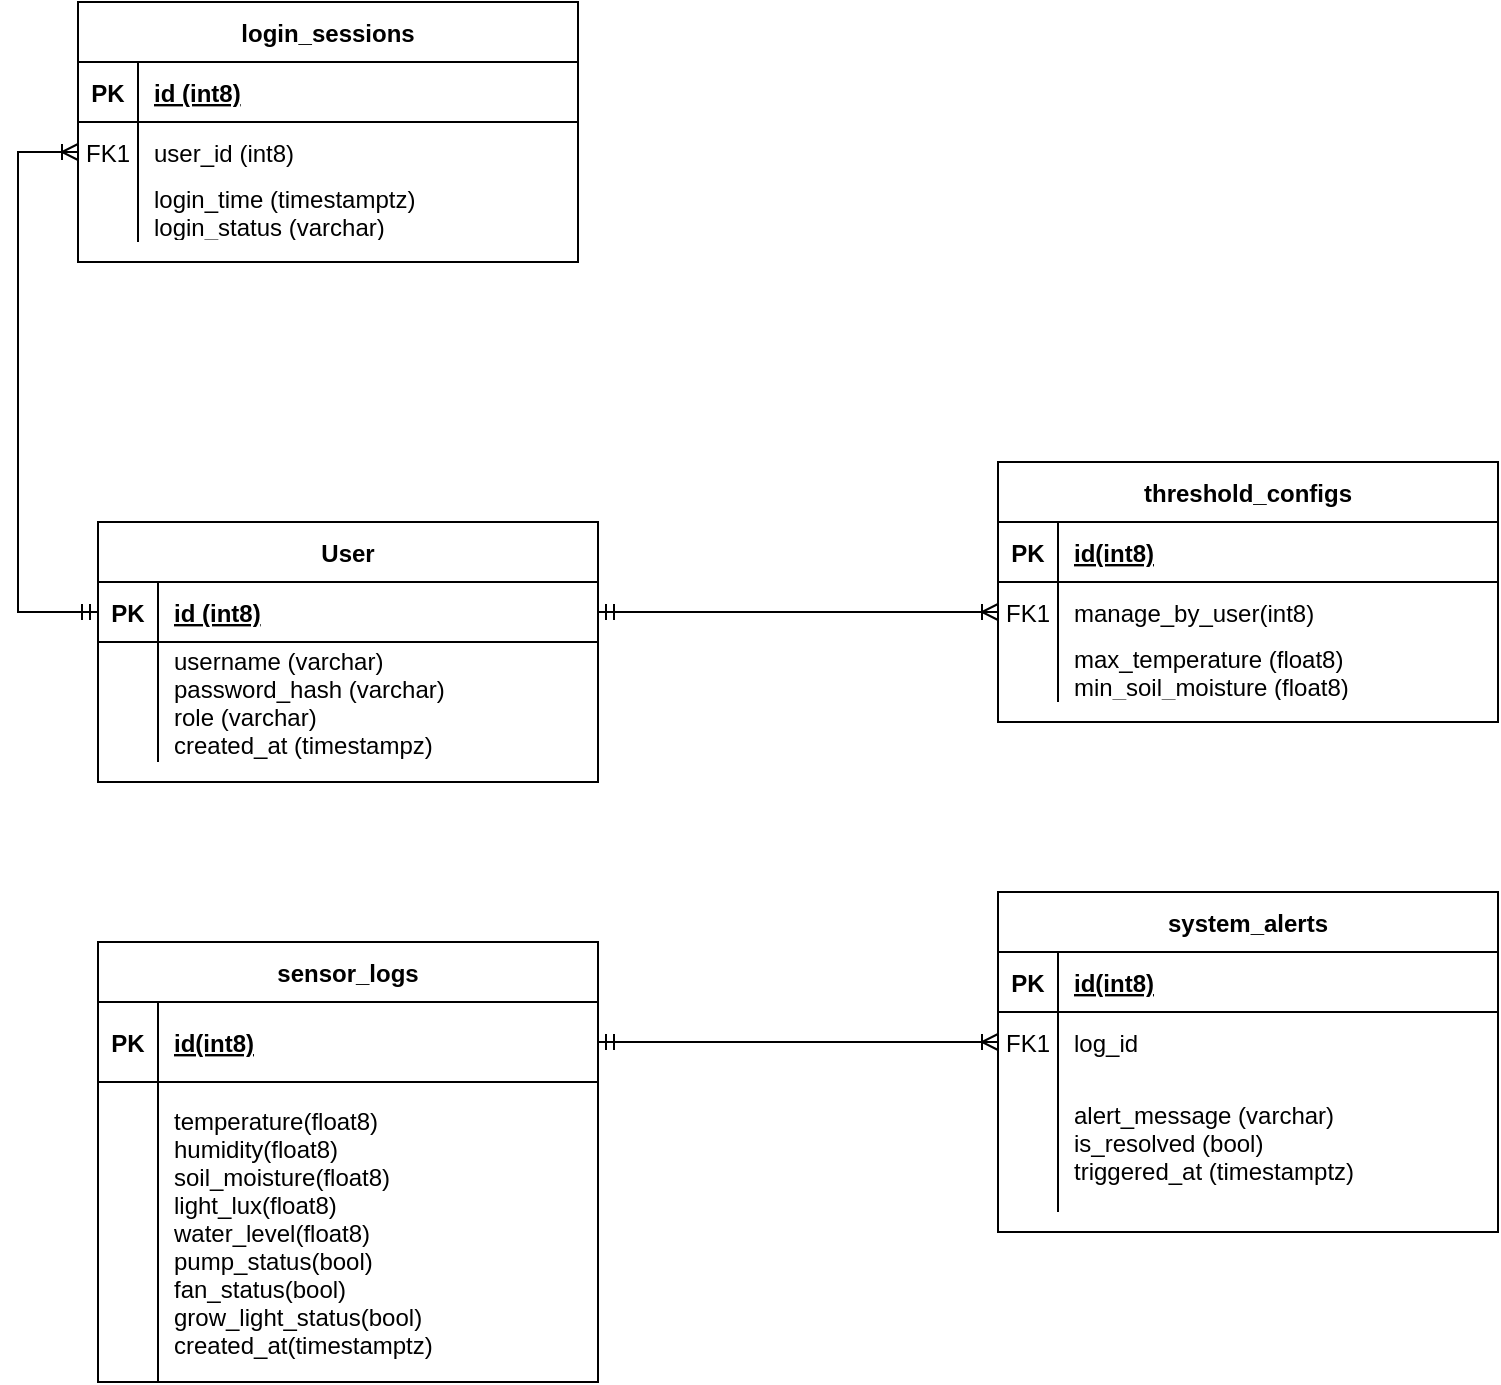
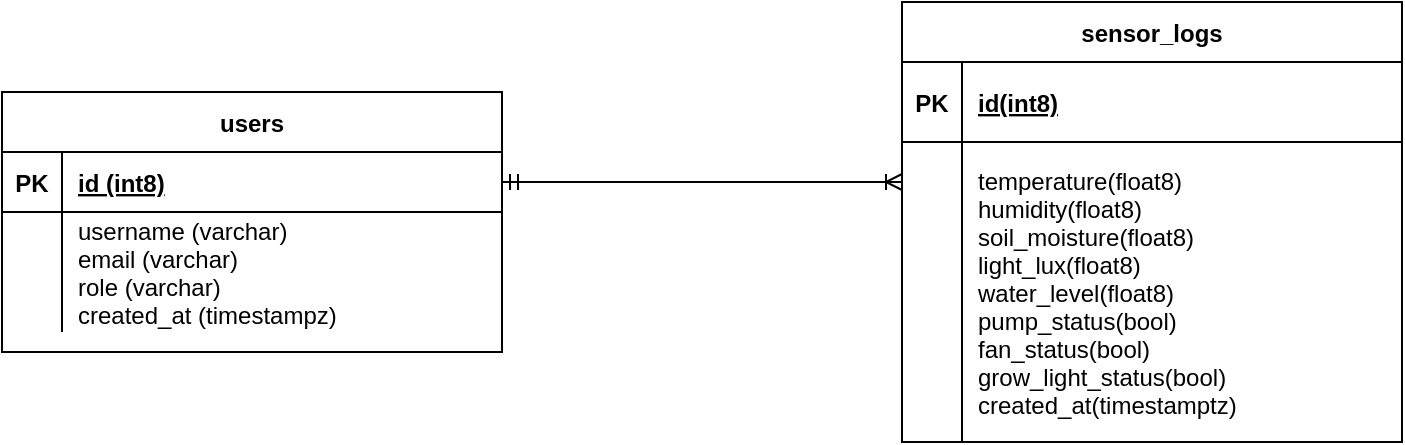
<mxfile host="app.diagrams.net" agent="5.0 (Macintosh; Intel Mac OS X 10_14_6) AppleWebKit/537.36 (KHTML, like Gecko) Chrome/83.0.4103.116 Safari/537.36">
  <diagram id="R2lEEEUBdFMjLlhIrx00" name="Page-1">
    <mxGraphModel dx="1414" dy="823" grid="1" gridSize="10" guides="1" tooltips="1" connect="1" arrows="1" fold="1" page="1" pageScale="1" pageWidth="850" pageHeight="1100" math="0" shadow="0" extFonts="Permanent Marker^https://fonts.googleapis.com/css?family=Permanent+Marker">
      <root>
        <mxCell id="0" />
        <mxCell id="1" parent="0" />
-         <mxCell id="C-vyLk0tnHw3VtMMgP7b-2" parent="1" style="shape=table;startSize=30;container=1;collapsible=1;childLayout=tableLayout;fixedRows=1;rowLines=0;fontStyle=1;align=center;resizeLast=1;" value="User" vertex="1">
+         <mxCell id="C-vyLk0tnHw3VtMMgP7b-2" parent="1" style="shape=table;startSize=30;container=1;collapsible=1;childLayout=tableLayout;fixedRows=1;rowLines=0;fontStyle=1;align=center;resizeLast=1;" value="users" vertex="1">
          <mxGeometry height="130" width="250" x="100" y="280" as="geometry" />
        </mxCell>
        <mxCell id="C-vyLk0tnHw3VtMMgP7b-3" parent="C-vyLk0tnHw3VtMMgP7b-2" style="shape=partialRectangle;collapsible=0;dropTarget=0;pointerEvents=0;fillColor=none;points=[[0,0.5],[1,0.5]];portConstraint=eastwest;top=0;left=0;right=0;bottom=1;" value="" vertex="1">
          <mxGeometry height="30" width="250" y="30" as="geometry" />
        </mxCell>
        <mxCell id="C-vyLk0tnHw3VtMMgP7b-4" parent="C-vyLk0tnHw3VtMMgP7b-3" style="shape=partialRectangle;overflow=hidden;connectable=0;fillColor=none;top=0;left=0;bottom=0;right=0;fontStyle=1;" value="PK" vertex="1">
          <mxGeometry height="30" width="30" as="geometry">
            <mxRectangle height="30" width="30" as="alternateBounds" />
          </mxGeometry>
        </mxCell>
        <mxCell id="C-vyLk0tnHw3VtMMgP7b-5" parent="C-vyLk0tnHw3VtMMgP7b-3" style="shape=partialRectangle;overflow=hidden;connectable=0;fillColor=none;top=0;left=0;bottom=0;right=0;align=left;spacingLeft=6;fontStyle=5;" value="id (int8)" vertex="1">
          <mxGeometry height="30" width="220" x="30" as="geometry">
            <mxRectangle height="30" width="220" as="alternateBounds" />
          </mxGeometry>
        </mxCell>
        <mxCell id="C-vyLk0tnHw3VtMMgP7b-9" parent="C-vyLk0tnHw3VtMMgP7b-2" style="shape=partialRectangle;collapsible=0;dropTarget=0;pointerEvents=0;fillColor=none;points=[[0,0.5],[1,0.5]];portConstraint=eastwest;top=0;left=0;right=0;bottom=0;" value="" vertex="1">
          <mxGeometry height="60" width="250" y="60" as="geometry" />
        </mxCell>
        <mxCell id="C-vyLk0tnHw3VtMMgP7b-10" parent="C-vyLk0tnHw3VtMMgP7b-9" style="shape=partialRectangle;overflow=hidden;connectable=0;fillColor=none;top=0;left=0;bottom=0;right=0;" value="" vertex="1">
          <mxGeometry height="60" width="30" as="geometry">
            <mxRectangle height="60" width="30" as="alternateBounds" />
          </mxGeometry>
        </mxCell>
-         <mxCell id="C-vyLk0tnHw3VtMMgP7b-11" parent="C-vyLk0tnHw3VtMMgP7b-9" style="shape=partialRectangle;overflow=hidden;connectable=0;fillColor=none;top=0;left=0;bottom=0;right=0;align=left;spacingLeft=6;" value="username (varchar)&#xa;password_hash (varchar)&#xa;role (varchar)&#xa;created_at (timestampz)" vertex="1">
+         <mxCell id="C-vyLk0tnHw3VtMMgP7b-11" parent="C-vyLk0tnHw3VtMMgP7b-9" style="shape=partialRectangle;overflow=hidden;connectable=0;fillColor=none;top=0;left=0;bottom=0;right=0;align=left;spacingLeft=6;" value="username (varchar)&#xa;email (varchar)&#xa;role (varchar)&#xa;created_at (timestampz)" vertex="1">
          <mxGeometry height="60" width="220" x="30" as="geometry">
            <mxRectangle height="60" width="220" as="alternateBounds" />
          </mxGeometry>
        </mxCell>
-         <mxCell id="C-vyLk0tnHw3VtMMgP7b-13" parent="1" style="shape=table;startSize=30;container=1;collapsible=1;childLayout=tableLayout;fixedRows=1;rowLines=0;fontStyle=1;align=center;resizeLast=1;" value="login_sessions" vertex="1">
-           <mxGeometry height="130" width="250" x="90" y="20" as="geometry" />
-         </mxCell>
-         <mxCell id="C-vyLk0tnHw3VtMMgP7b-14" parent="C-vyLk0tnHw3VtMMgP7b-13" style="shape=partialRectangle;collapsible=0;dropTarget=0;pointerEvents=0;fillColor=none;points=[[0,0.5],[1,0.5]];portConstraint=eastwest;top=0;left=0;right=0;bottom=1;" value="" vertex="1">
-           <mxGeometry height="30" width="250" y="30" as="geometry" />
-         </mxCell>
-         <mxCell id="C-vyLk0tnHw3VtMMgP7b-15" parent="C-vyLk0tnHw3VtMMgP7b-14" style="shape=partialRectangle;overflow=hidden;connectable=0;fillColor=none;top=0;left=0;bottom=0;right=0;fontStyle=1;" value="PK" vertex="1">
-           <mxGeometry height="30" width="30" as="geometry">
-             <mxRectangle height="30" width="30" as="alternateBounds" />
-           </mxGeometry>
-         </mxCell>
-         <mxCell id="C-vyLk0tnHw3VtMMgP7b-16" parent="C-vyLk0tnHw3VtMMgP7b-14" style="shape=partialRectangle;overflow=hidden;connectable=0;fillColor=none;top=0;left=0;bottom=0;right=0;align=left;spacingLeft=6;fontStyle=5;" value="id (int8)" vertex="1">
-           <mxGeometry height="30" width="220" x="30" as="geometry">
-             <mxRectangle height="30" width="220" as="alternateBounds" />
-           </mxGeometry>
-         </mxCell>
-         <mxCell id="C-vyLk0tnHw3VtMMgP7b-17" parent="C-vyLk0tnHw3VtMMgP7b-13" style="shape=partialRectangle;collapsible=0;dropTarget=0;pointerEvents=0;fillColor=none;points=[[0,0.5],[1,0.5]];portConstraint=eastwest;top=0;left=0;right=0;bottom=0;" value="" vertex="1">
-           <mxGeometry height="30" width="250" y="60" as="geometry" />
-         </mxCell>
-         <mxCell id="C-vyLk0tnHw3VtMMgP7b-18" parent="C-vyLk0tnHw3VtMMgP7b-17" style="shape=partialRectangle;overflow=hidden;connectable=0;fillColor=none;top=0;left=0;bottom=0;right=0;" value="FK1" vertex="1">
-           <mxGeometry height="30" width="30" as="geometry">
-             <mxRectangle height="30" width="30" as="alternateBounds" />
-           </mxGeometry>
-         </mxCell>
-         <mxCell id="C-vyLk0tnHw3VtMMgP7b-19" parent="C-vyLk0tnHw3VtMMgP7b-17" style="shape=partialRectangle;overflow=hidden;connectable=0;fillColor=none;top=0;left=0;bottom=0;right=0;align=left;spacingLeft=6;" value="user_id (int8)" vertex="1">
-           <mxGeometry height="30" width="220" x="30" as="geometry">
-             <mxRectangle height="30" width="220" as="alternateBounds" />
-           </mxGeometry>
-         </mxCell>
-         <mxCell id="C-vyLk0tnHw3VtMMgP7b-20" parent="C-vyLk0tnHw3VtMMgP7b-13" style="shape=partialRectangle;collapsible=0;dropTarget=0;pointerEvents=0;fillColor=none;points=[[0,0.5],[1,0.5]];portConstraint=eastwest;top=0;left=0;right=0;bottom=0;" value="" vertex="1">
-           <mxGeometry height="30" width="250" y="90" as="geometry" />
-         </mxCell>
-         <mxCell id="C-vyLk0tnHw3VtMMgP7b-21" parent="C-vyLk0tnHw3VtMMgP7b-20" style="shape=partialRectangle;overflow=hidden;connectable=0;fillColor=none;top=0;left=0;bottom=0;right=0;" value="" vertex="1">
-           <mxGeometry height="30" width="30" as="geometry">
-             <mxRectangle height="30" width="30" as="alternateBounds" />
-           </mxGeometry>
-         </mxCell>
-         <mxCell id="C-vyLk0tnHw3VtMMgP7b-22" parent="C-vyLk0tnHw3VtMMgP7b-20" style="shape=partialRectangle;overflow=hidden;connectable=0;fillColor=none;top=0;left=0;bottom=0;right=0;align=left;spacingLeft=6;" value="login_time (timestamptz)&#xa;login_status (varchar)" vertex="1">
-           <mxGeometry height="30" width="220" x="30" as="geometry">
-             <mxRectangle height="30" width="220" as="alternateBounds" />
-           </mxGeometry>
-         </mxCell>
        <mxCell id="C-vyLk0tnHw3VtMMgP7b-23" parent="1" style="shape=table;startSize=30;container=1;collapsible=1;childLayout=tableLayout;fixedRows=1;rowLines=0;fontStyle=1;align=center;resizeLast=1;" value="sensor_logs" vertex="1">
-           <mxGeometry height="220" width="250" x="100" y="490" as="geometry" />
+           <mxGeometry height="220" width="250" x="550" y="235" as="geometry" />
        </mxCell>
        <mxCell id="C-vyLk0tnHw3VtMMgP7b-24" parent="C-vyLk0tnHw3VtMMgP7b-23" style="shape=partialRectangle;collapsible=0;dropTarget=0;pointerEvents=0;fillColor=none;points=[[0,0.5],[1,0.5]];portConstraint=eastwest;top=0;left=0;right=0;bottom=1;" value="" vertex="1">
          <mxGeometry height="40" width="250" y="30" as="geometry" />
        </mxCell>
        <mxCell id="C-vyLk0tnHw3VtMMgP7b-25" parent="C-vyLk0tnHw3VtMMgP7b-24" style="shape=partialRectangle;overflow=hidden;connectable=0;fillColor=none;top=0;left=0;bottom=0;right=0;fontStyle=1;" value="PK" vertex="1">
          <mxGeometry height="40" width="30" as="geometry">
            <mxRectangle height="40" width="30" as="alternateBounds" />
          </mxGeometry>
        </mxCell>
        <mxCell id="C-vyLk0tnHw3VtMMgP7b-26" parent="C-vyLk0tnHw3VtMMgP7b-24" style="shape=partialRectangle;overflow=hidden;connectable=0;fillColor=none;top=0;left=0;bottom=0;right=0;align=left;spacingLeft=6;fontStyle=5;" value="id(int8)" vertex="1">
          <mxGeometry height="40" width="220" x="30" as="geometry">
            <mxRectangle height="40" width="220" as="alternateBounds" />
          </mxGeometry>
        </mxCell>
        <mxCell id="C-vyLk0tnHw3VtMMgP7b-27" parent="C-vyLk0tnHw3VtMMgP7b-23" style="shape=partialRectangle;collapsible=0;dropTarget=0;pointerEvents=0;fillColor=none;points=[[0,0.5],[1,0.5]];portConstraint=eastwest;top=0;left=0;right=0;bottom=0;" value="" vertex="1">
          <mxGeometry height="150" width="250" y="70" as="geometry" />
        </mxCell>
        <mxCell id="C-vyLk0tnHw3VtMMgP7b-28" parent="C-vyLk0tnHw3VtMMgP7b-27" style="shape=partialRectangle;overflow=hidden;connectable=0;fillColor=none;top=0;left=0;bottom=0;right=0;" value="" vertex="1">
          <mxGeometry height="150" width="30" as="geometry">
            <mxRectangle height="150" width="30" as="alternateBounds" />
          </mxGeometry>
        </mxCell>
        <mxCell id="C-vyLk0tnHw3VtMMgP7b-29" parent="C-vyLk0tnHw3VtMMgP7b-27" style="shape=partialRectangle;overflow=hidden;connectable=0;fillColor=none;top=0;left=0;bottom=0;right=0;align=left;spacingLeft=6;" value="temperature(float8)&#xa;humidity(float8)&#xa;soil_moisture(float8)&#xa;light_lux(float8)&#xa;water_level(float8)&#xa;pump_status(bool)&#xa;fan_status(bool)&#xa;grow_light_status(bool)&#xa;created_at(timestamptz)" vertex="1">
          <mxGeometry height="150" width="220" x="30" as="geometry">
            <mxRectangle height="150" width="220" as="alternateBounds" />
          </mxGeometry>
        </mxCell>
-         <mxCell id="UF5OKmjakEIealKuaFFB-1" parent="1" style="shape=table;startSize=30;container=1;collapsible=1;childLayout=tableLayout;fixedRows=1;rowLines=0;fontStyle=1;align=center;resizeLast=1;" value="threshold_configs" vertex="1">
-           <mxGeometry height="130" width="250" x="550" y="250" as="geometry" />
-         </mxCell>
-         <mxCell id="UF5OKmjakEIealKuaFFB-2" parent="UF5OKmjakEIealKuaFFB-1" style="shape=partialRectangle;collapsible=0;dropTarget=0;pointerEvents=0;fillColor=none;points=[[0,0.5],[1,0.5]];portConstraint=eastwest;top=0;left=0;right=0;bottom=1;" value="" vertex="1">
-           <mxGeometry height="30" width="250" y="30" as="geometry" />
-         </mxCell>
-         <mxCell id="UF5OKmjakEIealKuaFFB-3" parent="UF5OKmjakEIealKuaFFB-2" style="shape=partialRectangle;overflow=hidden;connectable=0;fillColor=none;top=0;left=0;bottom=0;right=0;fontStyle=1;" value="PK" vertex="1">
-           <mxGeometry height="30" width="30" as="geometry">
-             <mxRectangle height="30" width="30" as="alternateBounds" />
-           </mxGeometry>
-         </mxCell>
-         <mxCell id="UF5OKmjakEIealKuaFFB-4" parent="UF5OKmjakEIealKuaFFB-2" style="shape=partialRectangle;overflow=hidden;connectable=0;fillColor=none;top=0;left=0;bottom=0;right=0;align=left;spacingLeft=6;fontStyle=5;" value="id(int8)" vertex="1">
-           <mxGeometry height="30" width="220" x="30" as="geometry">
-             <mxRectangle height="30" width="220" as="alternateBounds" />
-           </mxGeometry>
-         </mxCell>
-         <mxCell id="UF5OKmjakEIealKuaFFB-5" parent="UF5OKmjakEIealKuaFFB-1" style="shape=partialRectangle;collapsible=0;dropTarget=0;pointerEvents=0;fillColor=none;points=[[0,0.5],[1,0.5]];portConstraint=eastwest;top=0;left=0;right=0;bottom=0;" value="" vertex="1">
-           <mxGeometry height="30" width="250" y="60" as="geometry" />
-         </mxCell>
-         <mxCell id="UF5OKmjakEIealKuaFFB-6" parent="UF5OKmjakEIealKuaFFB-5" style="shape=partialRectangle;overflow=hidden;connectable=0;fillColor=none;top=0;left=0;bottom=0;right=0;" value="FK1" vertex="1">
-           <mxGeometry height="30" width="30" as="geometry">
-             <mxRectangle height="30" width="30" as="alternateBounds" />
-           </mxGeometry>
-         </mxCell>
-         <mxCell id="UF5OKmjakEIealKuaFFB-7" parent="UF5OKmjakEIealKuaFFB-5" style="shape=partialRectangle;overflow=hidden;connectable=0;fillColor=none;top=0;left=0;bottom=0;right=0;align=left;spacingLeft=6;" value="manage_by_user(int8)" vertex="1">
-           <mxGeometry height="30" width="220" x="30" as="geometry">
-             <mxRectangle height="30" width="220" as="alternateBounds" />
-           </mxGeometry>
-         </mxCell>
-         <mxCell id="UF5OKmjakEIealKuaFFB-8" parent="UF5OKmjakEIealKuaFFB-1" style="shape=partialRectangle;collapsible=0;dropTarget=0;pointerEvents=0;fillColor=none;points=[[0,0.5],[1,0.5]];portConstraint=eastwest;top=0;left=0;right=0;bottom=0;" value="" vertex="1">
-           <mxGeometry height="30" width="250" y="90" as="geometry" />
-         </mxCell>
-         <mxCell id="UF5OKmjakEIealKuaFFB-9" parent="UF5OKmjakEIealKuaFFB-8" style="shape=partialRectangle;overflow=hidden;connectable=0;fillColor=none;top=0;left=0;bottom=0;right=0;" value="" vertex="1">
-           <mxGeometry height="30" width="30" as="geometry">
-             <mxRectangle height="30" width="30" as="alternateBounds" />
-           </mxGeometry>
-         </mxCell>
-         <mxCell id="UF5OKmjakEIealKuaFFB-10" parent="UF5OKmjakEIealKuaFFB-8" style="shape=partialRectangle;overflow=hidden;connectable=0;fillColor=none;top=0;left=0;bottom=0;right=0;align=left;spacingLeft=6;" value="max_temperature (float8)&#xa;min_soil_moisture (float8)&#xa;min_light_lux (float8)" vertex="1">
-           <mxGeometry height="30" width="220" x="30" as="geometry">
-             <mxRectangle height="30" width="220" as="alternateBounds" />
-           </mxGeometry>
-         </mxCell>
-         <mxCell id="UF5OKmjakEIealKuaFFB-11" parent="1" style="shape=table;startSize=30;container=1;collapsible=1;childLayout=tableLayout;fixedRows=1;rowLines=0;fontStyle=1;align=center;resizeLast=1;" value="system_alerts" vertex="1">
-           <mxGeometry height="170" width="250" x="550" y="465" as="geometry" />
-         </mxCell>
-         <mxCell id="UF5OKmjakEIealKuaFFB-12" parent="UF5OKmjakEIealKuaFFB-11" style="shape=partialRectangle;collapsible=0;dropTarget=0;pointerEvents=0;fillColor=none;points=[[0,0.5],[1,0.5]];portConstraint=eastwest;top=0;left=0;right=0;bottom=1;" value="" vertex="1">
-           <mxGeometry height="30" width="250" y="30" as="geometry" />
-         </mxCell>
-         <mxCell id="UF5OKmjakEIealKuaFFB-13" parent="UF5OKmjakEIealKuaFFB-12" style="shape=partialRectangle;overflow=hidden;connectable=0;fillColor=none;top=0;left=0;bottom=0;right=0;fontStyle=1;" value="PK" vertex="1">
-           <mxGeometry height="30" width="30" as="geometry">
-             <mxRectangle height="30" width="30" as="alternateBounds" />
-           </mxGeometry>
-         </mxCell>
-         <mxCell id="UF5OKmjakEIealKuaFFB-14" parent="UF5OKmjakEIealKuaFFB-12" style="shape=partialRectangle;overflow=hidden;connectable=0;fillColor=none;top=0;left=0;bottom=0;right=0;align=left;spacingLeft=6;fontStyle=5;" value="id(int8)" vertex="1">
-           <mxGeometry height="30" width="220" x="30" as="geometry">
-             <mxRectangle height="30" width="220" as="alternateBounds" />
-           </mxGeometry>
-         </mxCell>
-         <mxCell id="UF5OKmjakEIealKuaFFB-15" parent="UF5OKmjakEIealKuaFFB-11" style="shape=partialRectangle;collapsible=0;dropTarget=0;pointerEvents=0;fillColor=none;points=[[0,0.5],[1,0.5]];portConstraint=eastwest;top=0;left=0;right=0;bottom=0;" value="" vertex="1">
-           <mxGeometry height="30" width="250" y="60" as="geometry" />
-         </mxCell>
-         <mxCell id="UF5OKmjakEIealKuaFFB-16" parent="UF5OKmjakEIealKuaFFB-15" style="shape=partialRectangle;overflow=hidden;connectable=0;fillColor=none;top=0;left=0;bottom=0;right=0;" value="FK1" vertex="1">
-           <mxGeometry height="30" width="30" as="geometry">
-             <mxRectangle height="30" width="30" as="alternateBounds" />
-           </mxGeometry>
-         </mxCell>
-         <mxCell id="UF5OKmjakEIealKuaFFB-17" parent="UF5OKmjakEIealKuaFFB-15" style="shape=partialRectangle;overflow=hidden;connectable=0;fillColor=none;top=0;left=0;bottom=0;right=0;align=left;spacingLeft=6;" value="log_id" vertex="1">
-           <mxGeometry height="30" width="220" x="30" as="geometry">
-             <mxRectangle height="30" width="220" as="alternateBounds" />
-           </mxGeometry>
-         </mxCell>
-         <mxCell id="UF5OKmjakEIealKuaFFB-18" parent="UF5OKmjakEIealKuaFFB-11" style="shape=partialRectangle;collapsible=0;dropTarget=0;pointerEvents=0;fillColor=none;points=[[0,0.5],[1,0.5]];portConstraint=eastwest;top=0;left=0;right=0;bottom=0;" value="" vertex="1">
-           <mxGeometry height="70" width="250" y="90" as="geometry" />
-         </mxCell>
-         <mxCell id="UF5OKmjakEIealKuaFFB-19" parent="UF5OKmjakEIealKuaFFB-18" style="shape=partialRectangle;overflow=hidden;connectable=0;fillColor=none;top=0;left=0;bottom=0;right=0;" value="" vertex="1">
-           <mxGeometry height="70" width="30" as="geometry">
-             <mxRectangle height="70" width="30" as="alternateBounds" />
-           </mxGeometry>
-         </mxCell>
-         <mxCell id="UF5OKmjakEIealKuaFFB-20" parent="UF5OKmjakEIealKuaFFB-18" style="shape=partialRectangle;overflow=hidden;connectable=0;fillColor=none;top=0;left=0;bottom=0;right=0;align=left;spacingLeft=6;" value="alert_message (varchar)&#xa;is_resolved (bool)&#xa;triggered_at (timestamptz)" vertex="1">
-           <mxGeometry height="70" width="220" x="30" as="geometry">
-             <mxRectangle height="70" width="220" as="alternateBounds" />
-           </mxGeometry>
-         </mxCell>
-         <mxCell id="UF5OKmjakEIealKuaFFB-22" edge="1" parent="1" source="C-vyLk0tnHw3VtMMgP7b-3" style="fontSize=12;html=1;endArrow=ERoneToMany;startArrow=ERmandOne;rounded=0;edgeStyle=orthogonalEdgeStyle;exitX=0;exitY=0.5;exitDx=0;exitDy=0;entryX=0;entryY=0.5;entryDx=0;entryDy=0;" target="C-vyLk0tnHw3VtMMgP7b-17" value="">
-           <mxGeometry height="100" relative="1" width="100" as="geometry">
-             <Array as="points">
-               <mxPoint x="60" y="325" />
-               <mxPoint x="60" y="95" />
-             </Array>
-             <mxPoint x="-50" y="300" as="sourcePoint" />
-             <mxPoint x="50" y="200" as="targetPoint" />
-           </mxGeometry>
-         </mxCell>
-         <mxCell id="UF5OKmjakEIealKuaFFB-25" edge="1" parent="1" source="C-vyLk0tnHw3VtMMgP7b-3" style="edgeStyle=orthogonalEdgeStyle;fontSize=12;html=1;endArrow=ERoneToMany;startArrow=ERmandOne;rounded=0;entryX=0;entryY=0.5;entryDx=0;entryDy=0;exitX=1;exitY=0.5;exitDx=0;exitDy=0;" target="UF5OKmjakEIealKuaFFB-5" value="">
+         <mxCell id="UF5OKmjakEIealKuaFFB-25" edge="1" parent="1" source="C-vyLk0tnHw3VtMMgP7b-3" style="edgeStyle=orthogonalEdgeStyle;fontSize=12;html=1;endArrow=ERoneToMany;startArrow=ERmandOne;rounded=0;entryX=0;entryY=0.5;entryDx=0;entryDy=0;exitX=1;exitY=0.5;exitDx=0;exitDy=0;" value="">
          <mxGeometry height="100" relative="1" width="100" as="geometry">
            <mxPoint x="353" y="331" as="sourcePoint" />
-             <mxPoint x="550" y="330" as="targetPoint" />
-           </mxGeometry>
-         </mxCell>
-         <mxCell id="UF5OKmjakEIealKuaFFB-27" edge="1" parent="1" style="edgeStyle=orthogonalEdgeStyle;fontSize=12;html=1;endArrow=ERoneToMany;startArrow=ERmandOne;rounded=0;entryX=0;entryY=0.5;entryDx=0;entryDy=0;exitX=1;exitY=0.5;exitDx=0;exitDy=0;" value="">
-           <mxGeometry height="100" relative="1" width="100" as="geometry">
-             <mxPoint x="350" y="540" as="sourcePoint" />
-             <mxPoint x="550" y="540" as="targetPoint" />
+             <mxPoint x="550" y="325" as="targetPoint" />
          </mxGeometry>
        </mxCell>
      </root>
    </mxGraphModel>
  </diagram>
</mxfile>
